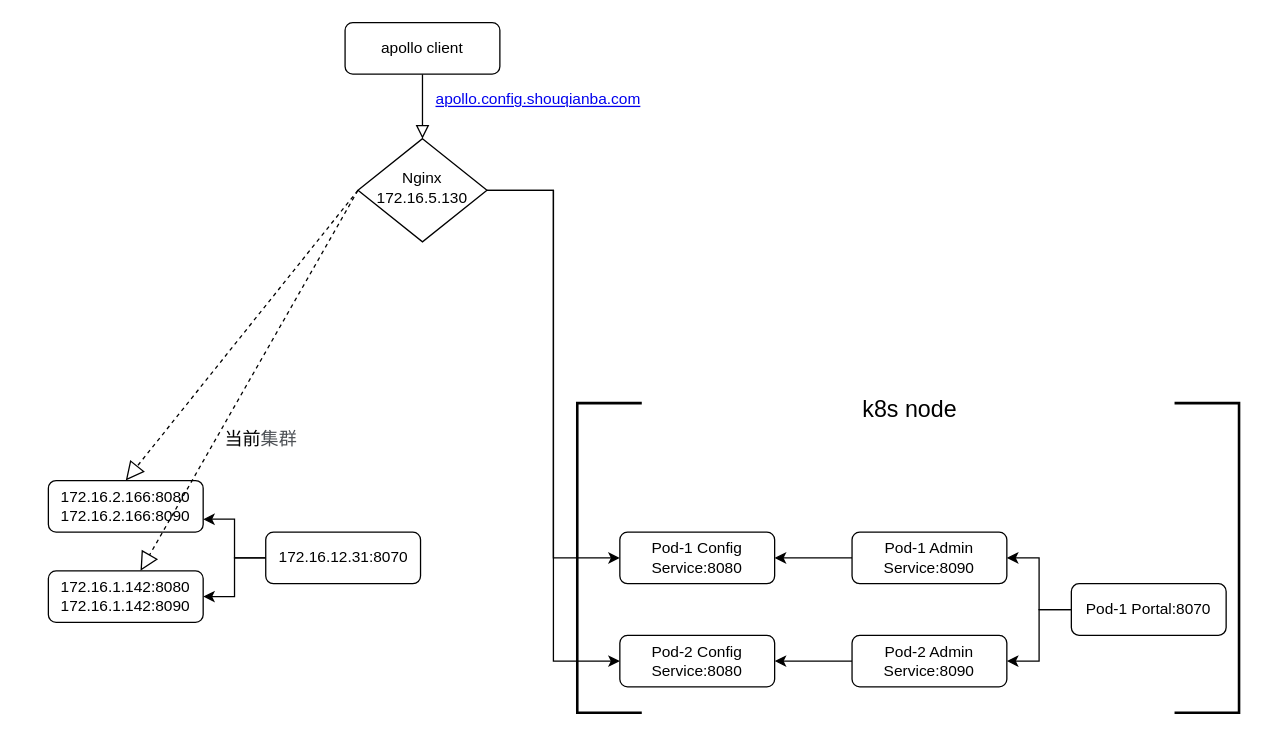
RockyLOMO/devops-java-sample keeps this draw.io diagram as page "client切换2" (1 of 6) of Untitled Diagram.drawio. Above is the earlier version. Source tidied: cells renumbered, new cells numbered last; positions are measured from the earlier drawing's top-left corner, leaving out a move shared by most shapes. Both pictures are drawn from the tidied source at 129%, with x=0, y=0 at pixel (48, 22).
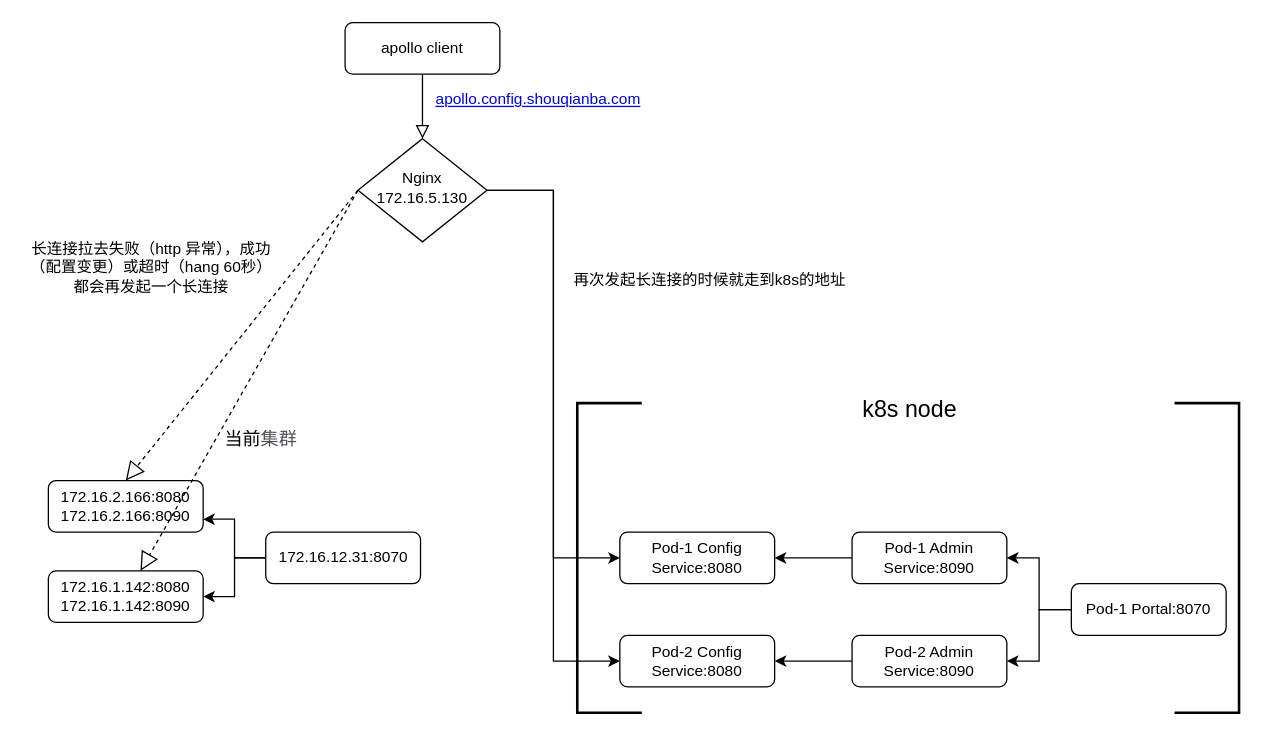
Above is the later version.

Change to the diagram source:
```diff
@@
+    <mxCell id="28" value="长连接拉去失败（http 异常），成功（配置变更）或超时（hang 60秒）都会再发起一个长连接" style="text;html=1;strokeColor=none;fillColor=none;align=center;verticalAlign=middle;whiteSpace=wrap;rounded=0;" parent="1" vertex="1">
+      <mxGeometry x="-20" y="180" width="200" height="20" as="geometry" />
+    </mxCell>
+    <mxCell id="29" value="再次发起长连接的时候就走到k8s的地址" style="text;html=1;strokeColor=none;fillColor=none;align=center;verticalAlign=middle;whiteSpace=wrap;rounded=0;" parent="1" vertex="1">
+      <mxGeometry x="403" y="190" width="220" height="20" as="geometry" />
+    </mxCell>
```
